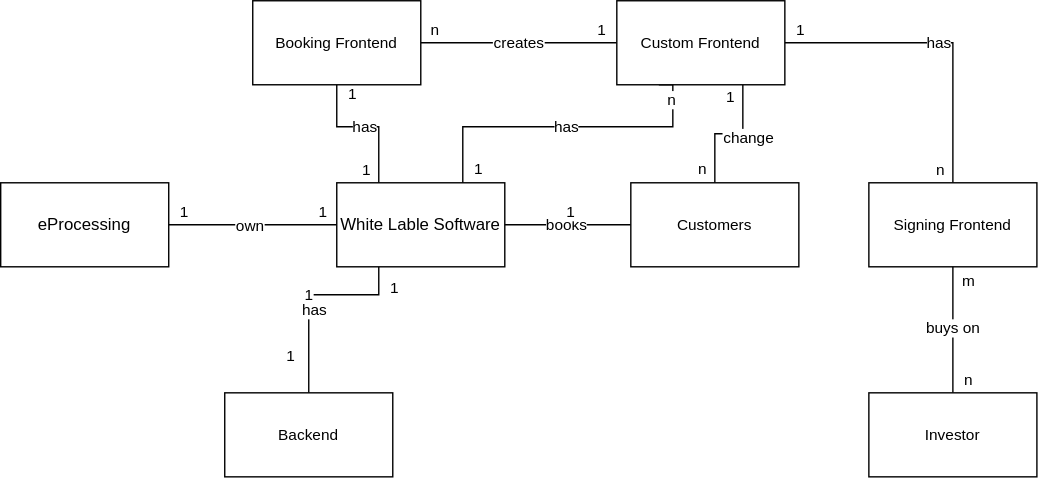
Earlier version of the draw.io export artifacts/Domain_Model_eProcessing.svg (luca-engels-eprocessing/OneFolio). Source tidied: cells renumbered, new cells last; positions are measured from the earlier drawing's top-left corner, leaving out a move shared by most shapes.
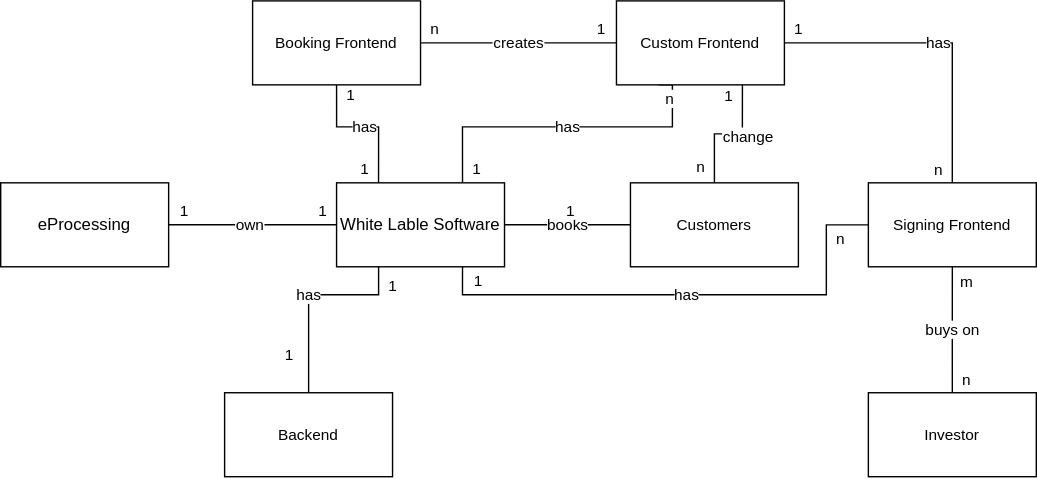
The same file after the commit.

Diff of the diagram source:
```diff
@@ -41,7 +41,7 @@
         <mxPoint x="14" y="-12" as="offset" />
       </mxGeometry>
     </mxCell>
-    <mxCell id="10" value="1" style="edgeStyle=orthogonalEdgeStyle;rounded=0;jettySize=auto;html=1;strokeColor=default;align=center;verticalAlign=middle;fontFamily=Helvetica;fontSize=11;fontColor=default;labelBackgroundColor=default;endArrow=none;endFill=0;" parent="1" edge="1" source="14" target="15">
+    <mxCell id="10" value="has" style="edgeStyle=orthogonalEdgeStyle;rounded=0;jettySize=auto;html=1;strokeColor=default;align=center;verticalAlign=middle;fontFamily=Helvetica;fontSize=11;fontColor=default;labelBackgroundColor=default;endArrow=none;endFill=0;" parent="1" edge="1" source="14" target="15">
       <mxGeometry relative="1" as="geometry">
         <Array as="points">
           <mxPoint x="270" y="210" />
@@ -49,11 +49,6 @@
         </Array>
       </mxGeometry>
     </mxCell>
-    <mxCell id="11" value="has" style="edgeLabel;html=1;align=center;verticalAlign=middle;fontFamily=Helvetica;fontSize=11;fontColor=default;labelBackgroundColor=default;" parent="10" vertex="1">
-      <mxGeometry x="0.15" y="-1" relative="1" as="geometry">
-        <mxPoint x="4" as="offset" />
-      </mxGeometry>
-    </mxCell>
     <mxCell id="12" value="1" style="edgeLabel;html=1;align=center;verticalAlign=middle;fontFamily=Helvetica;fontSize=11;fontColor=default;labelBackgroundColor=default;" parent="10" vertex="1">
       <mxGeometry x="-0.72" relative="1" as="geometry">
         <mxPoint x="10" y="-6" as="offset" />
@@ -154,6 +149,25 @@
     <mxCell id="34" value="Custom Frontend" style="html=1;whiteSpace=wrap;fontFamily=Helvetica;fontSize=11;fontColor=default;labelBackgroundColor=default;" parent="1" vertex="1">
       <mxGeometry x="440" width="120" height="60" as="geometry" />
     </mxCell>
+    <mxCell id="11" value="has" style="edgeStyle=orthogonalEdgeStyle;rounded=0;jettySize=auto;html=1;entryX=0.75;entryY=1;entryDx=0;entryDy=0;strokeColor=default;align=center;verticalAlign=middle;fontFamily=Helvetica;fontSize=11;fontColor=default;labelBackgroundColor=default;endArrow=none;endFill=0;" parent="1" edge="1" source="35" target="14">
+      <mxGeometry relative="1" as="geometry">
+        <Array as="points">
+          <mxPoint x="590" y="160" />
+          <mxPoint x="590" y="210" />
+          <mxPoint x="330" y="210" />
+        </Array>
+      </mxGeometry>
+    </mxCell>
+    <mxCell id="40" value="1" style="edgeLabel;html=1;align=center;verticalAlign=middle;fontFamily=Helvetica;fontSize=11;fontColor=default;labelBackgroundColor=default;" parent="11" vertex="1">
+      <mxGeometry x="0.87" y="2" relative="1" as="geometry">
+        <mxPoint x="7" y="-12" as="offset" />
+      </mxGeometry>
+    </mxCell>
+    <mxCell id="41" value="n" style="edgeLabel;html=1;align=center;verticalAlign=middle;fontFamily=Helvetica;fontSize=11;fontColor=default;labelBackgroundColor=default;" parent="11" vertex="1">
+      <mxGeometry x="0.27" y="-2" relative="1" as="geometry">
+        <mxPoint x="158" y="-38" as="offset" />
+      </mxGeometry>
+    </mxCell>
     <mxCell id="35" value="Signing Frontend" style="html=1;whiteSpace=wrap;fontFamily=Helvetica;fontSize=11;fontColor=default;labelBackgroundColor=default;" parent="1" vertex="1">
       <mxGeometry x="620" y="130" width="120" height="60" as="geometry" />
     </mxCell>
```
